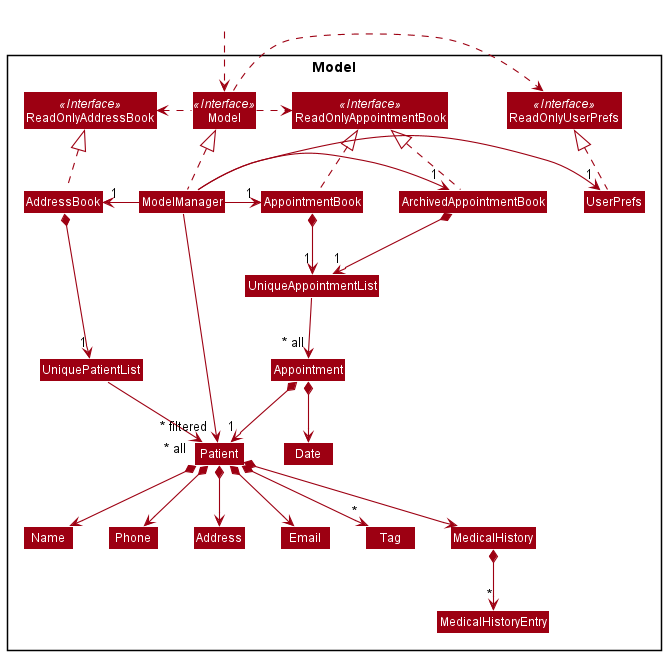
Before: docs/diagrams/ModelClassDiagram.png, a diagram exported from PlantUML (AY2122S1-CS2103-W14-1/tp).
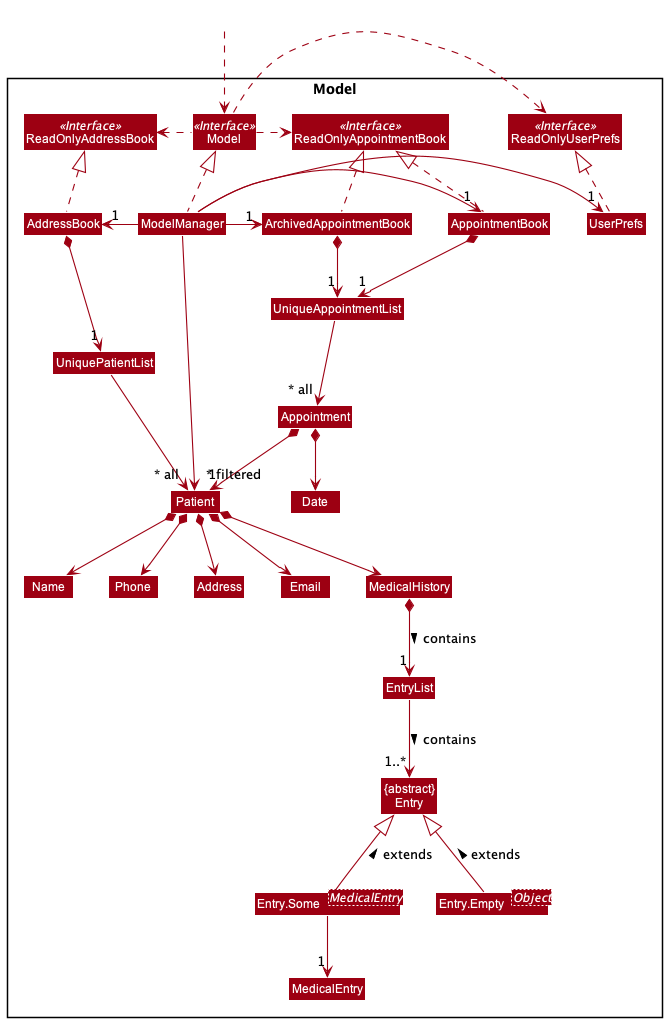
After the change.

Commit message:
Modify ModelClassDiagram and MedicalHistoryClassDiagram

Change to the diagram source:
```diff
@@ -27,9 +27,15 @@
 Class Email
 Class Name
 Class Phone
-Class Tag
 Class MedicalHistory
-Class MedicalHistoryEntry
+Class MedicalEntry
+Class EntryList
+class "{abstract}\nEntry" as Entry
+class Entry.Some<MedicalEntry> MODEL_COLOR {
+}
+
+class Entry.Empty<Object> MODEL_COLOR {
+}
 
 Class Appointment
 Class Date
@@ -62,8 +68,11 @@
 Patient *--> Email
 Patient *--> Address
 Patient *--> MedicalHistory
-Patient *--> "*" Tag
-MedicalHistory *--> "*" MedicalHistoryEntry
+MedicalHistory *--> "1" EntryList : contains >
+EntryList --> "1..*"Entry : contains >
+Entry.Some -up-|> Entry : extends >
+Entry.Empty -up-|> Entry : extends >
+Entry.Some --> "1"MedicalEntry
 
 UniqueAppointmentList --> "~* all" Appointment
 Appointment *--> Date
```
